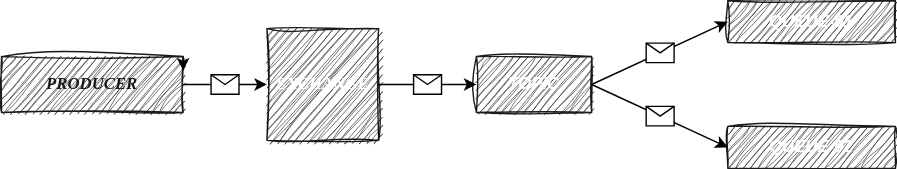
Above: kafka/kafka.drawio.svg in ramiralvesmelo/spring-boot-projetos (draw.io), before the change. Source tidied: cells renumbered, new cells last; positions are measured from the earlier drawing's top-left corner, leaving out a move shared by most shapes.
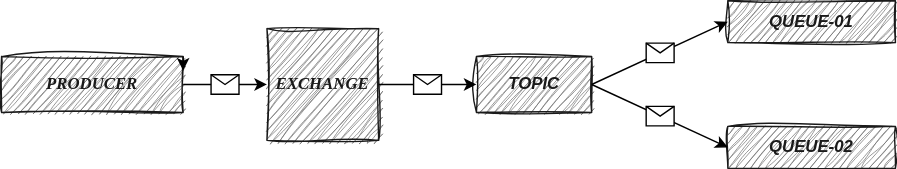
Later version of the same file.

Change to the diagram source:
```diff
@@ -2,16 +2,16 @@
   <root>
     <mxCell id="0" />
     <mxCell id="1" parent="0" />
-    <mxCell id="2" value="&lt;font color=&quot;#1a1a1a&quot; style=&quot;&quot; face=&quot;Comic Sans MS&quot;&gt;PRODUCER&lt;/font&gt;" style="rounded=0;whiteSpace=wrap;html=1;fillColor=#333333;fontColor=#ffffff;strokeColor=#1A1A1A;glass=0;shadow=0;sketch=1;curveFitting=1;jiggle=2;fontStyle=3;labelBorderColor=none;" parent="1" vertex="1">
+    <mxCell id="2" value="&lt;font color=&quot;#1a1a1a&quot; style=&quot;&quot; face=&quot;Comic Sans MS&quot;&gt;PRODUCER&lt;/font&gt;" style="rounded=0;whiteSpace=wrap;html=1;fillColor=#6E6E6E;fontColor=#ffffff;strokeColor=#1A1A1A;glass=0;shadow=0;sketch=1;curveFitting=1;jiggle=2;fontStyle=3;labelBorderColor=none;" parent="1" vertex="1">
       <mxGeometry y="40" width="130" height="40" as="geometry" />
     </mxCell>
-    <mxCell id="3" value="&lt;font face=&quot;Comic Sans MS&quot;&gt;EXCHANGE&lt;/font&gt;" style="rounded=0;whiteSpace=wrap;html=1;fillColor=#333333;fontColor=#ffffff;strokeColor=#1A1A1A;glass=0;shadow=0;sketch=1;curveFitting=1;jiggle=2;fontStyle=3;labelBorderColor=none;" parent="1" vertex="1">
+    <mxCell id="3" value="&lt;font color=&quot;#1a1a1a&quot; face=&quot;Comic Sans MS&quot;&gt;EXCHANGE&lt;/font&gt;" style="rounded=0;whiteSpace=wrap;html=1;fillColor=#6E6E6E;fontColor=#ffffff;strokeColor=#1A1A1A;glass=0;shadow=0;sketch=1;curveFitting=1;jiggle=2;fontStyle=3;labelBorderColor=none;" parent="1" vertex="1">
       <mxGeometry x="190" y="20" width="80" height="80" as="geometry" />
     </mxCell>
-    <mxCell id="4" value="QUEUE-02" style="rounded=0;whiteSpace=wrap;html=1;fillColor=#333333;fontColor=#ffffff;strokeColor=#1A1A1A;glass=0;shadow=0;sketch=1;curveFitting=1;jiggle=2;fontStyle=3;labelBorderColor=none;" parent="1" vertex="1">
+    <mxCell id="4" value="&lt;font color=&quot;#1a1a1a&quot;&gt;QUEUE-02&lt;/font&gt;" style="rounded=0;whiteSpace=wrap;html=1;fillColor=#6E6E6E;fontColor=#ffffff;strokeColor=#1A1A1A;glass=0;shadow=0;sketch=1;curveFitting=1;jiggle=2;fontStyle=3;labelBorderColor=none;" parent="1" vertex="1">
       <mxGeometry x="520" y="90" width="120" height="30" as="geometry" />
     </mxCell>
-    <mxCell id="5" value="QUEUE-01" style="rounded=0;whiteSpace=wrap;html=1;fillColor=#333333;fontColor=#ffffff;strokeColor=#1A1A1A;glass=0;shadow=0;sketch=1;curveFitting=1;jiggle=2;fontStyle=3;labelBorderColor=none;" parent="1" vertex="1">
+    <mxCell id="5" value="&lt;font color=&quot;#1a1a1a&quot;&gt;QUEUE-01&lt;/font&gt;" style="rounded=0;whiteSpace=wrap;html=1;fillColor=#6E6E6E;fontColor=#ffffff;strokeColor=#1A1A1A;glass=0;shadow=0;sketch=1;curveFitting=1;jiggle=2;fontStyle=3;labelBorderColor=none;" parent="1" vertex="1">
       <mxGeometry x="520" width="120" height="30" as="geometry" />
     </mxCell>
     <mxCell id="6" style="endArrow=classic;html=1;exitX=1;exitY=0.5;exitDx=0;exitDy=0;" parent="1" edge="1" source="2" target="3">
@@ -22,7 +22,7 @@
         <mxPoint x="-10" y="-7" as="offset" />
       </mxGeometry>
     </mxCell>
-    <mxCell id="8" value="TOPIC&lt;br&gt;" style="rounded=0;whiteSpace=wrap;html=1;fillColor=#333333;fontColor=#ffffff;strokeColor=#1A1A1A;glass=0;shadow=0;sketch=1;curveFitting=1;jiggle=2;fontStyle=3;labelBorderColor=none;" parent="1" vertex="1">
+    <mxCell id="8" value="&lt;font color=&quot;#1a1a1a&quot;&gt;TOPIC&lt;/font&gt;" style="rounded=0;whiteSpace=wrap;html=1;fillColor=#6E6E6E;fontColor=#ffffff;strokeColor=#1A1A1A;glass=0;shadow=0;sketch=1;curveFitting=1;jiggle=2;fontStyle=3;labelBorderColor=none;" parent="1" vertex="1">
       <mxGeometry x="340" y="40" width="82.5" height="40" as="geometry" />
     </mxCell>
     <mxCell id="9" style="endArrow=classic;html=1;exitX=1;exitY=0.5;exitDx=0;exitDy=0;entryX=0;entryY=0.5;entryDx=0;entryDy=0;" parent="1" edge="1" source="8" target="4">
```
